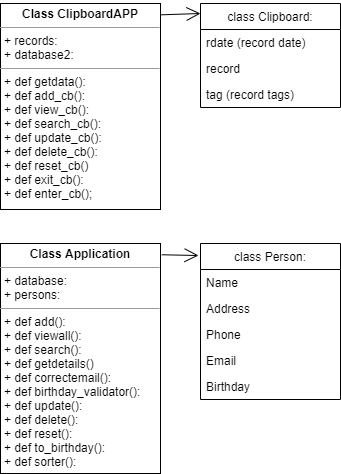
Before: Untitled Diagram.png, a diagram exported from draw.io (ValkoYurii/PythonWeb-GoIT). Source tidied: cells renumbered, new cells last; positions are measured from the earlier drawing's top-left corner, leaving out a move shared by most shapes.
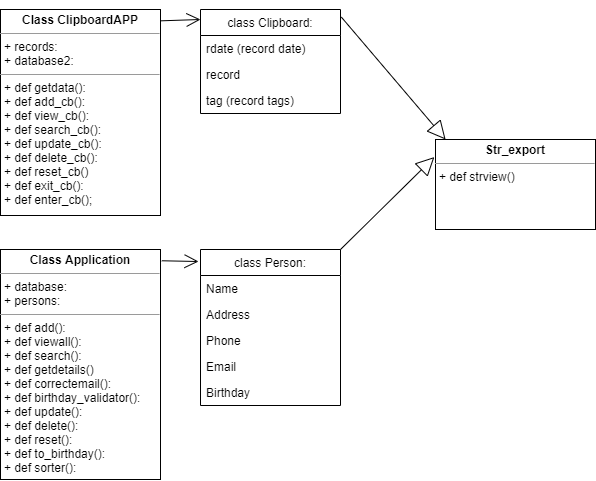
Later version of the same file.

The edit, as a diff of the source:
```diff
@@ -46,5 +46,14 @@
         <mxPoint x="200" y="10" as="targetPoint" />
       </mxGeometry>
     </mxCell>
+    <mxCell id="16" value="&lt;p style=&quot;margin: 0px ; margin-top: 4px ; text-align: center&quot;&gt;&lt;b&gt;Str_export&lt;/b&gt;&lt;/p&gt;&lt;hr size=&quot;1&quot;&gt;&lt;p style=&quot;margin: 0px ; margin-left: 4px&quot;&gt;+ def strview()&lt;/p&gt;" style="verticalAlign=top;align=left;overflow=fill;fontSize=12;fontFamily=Helvetica;html=1;" parent="1" vertex="1">
+      <mxGeometry x="435" y="130" width="160" height="90" as="geometry" />
+    </mxCell>
+    <mxCell id="17" value="Extends" style="endArrow=block;endSize=16;endFill=0;html=1;exitX=1.006;exitY=0.073;exitDx=0;exitDy=0;exitPerimeter=0;entryX=0.063;entryY=0;entryDx=0;entryDy=0;entryPerimeter=0;noLabel=1;fontColor=none;" parent="1" edge="1" source="2" target="16">
+      <mxGeometry relative="1" as="geometry" />
+    </mxCell>
+    <mxCell id="18" value="Extends" style="endArrow=block;endSize=16;endFill=0;html=1;exitX=1;exitY=0;exitDx=0;exitDy=0;entryX=-0.007;entryY=0.195;entryDx=0;entryDy=0;entryPerimeter=0;noLabel=1;fontColor=none;" parent="1" edge="1" source="6" target="16">
+      <mxGeometry relative="1" as="geometry" />
+    </mxCell>
   </root>
 </mxGraphModel>
```
